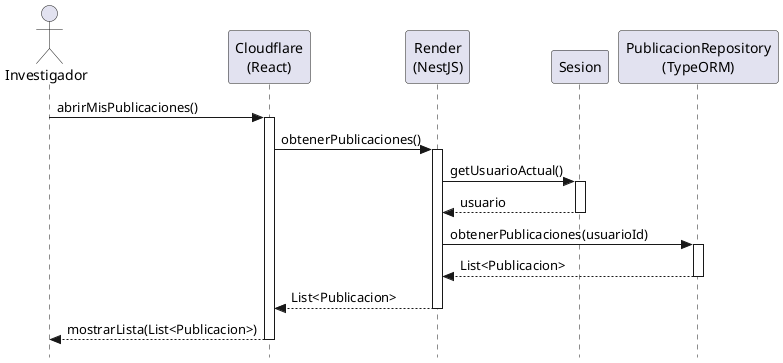
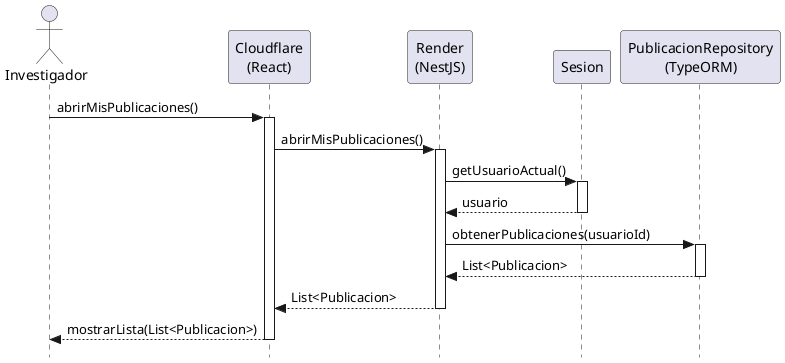
@startuml abrirMisPublicaciones-diseño
skinparam style strictuml
skinparam backgroundColor white
skinparam shadowing false

actor Investigador
participant "Cloudflare\n(React)" as View
participant "Render\n(NestJS)" as Controller
participant "Sesion" as Sesion
participant "PublicacionRepository\n(TypeORM)" as Repo

Investigador -> View : abrirMisPublicaciones()
activate View

- View -> Controller : obtenerPublicaciones()
+ View -> Controller : abrirMisPublicaciones()
activate Controller

- ' Validación de identidad mediante sesión
Controller -> Sesion : getUsuarioActual()
activate Sesion

Sesion --> Controller : usuario
deactivate Sesion

Controller -> Repo : obtenerPublicaciones(usuarioId)
activate Repo

Repo --> Controller : List<Publicacion>
deactivate Repo

Controller --> View : List<Publicacion>
deactivate Controller

View --> Investigador : mostrarLista(List<Publicacion>)
deactivate View
- @enduml+ @enduml
